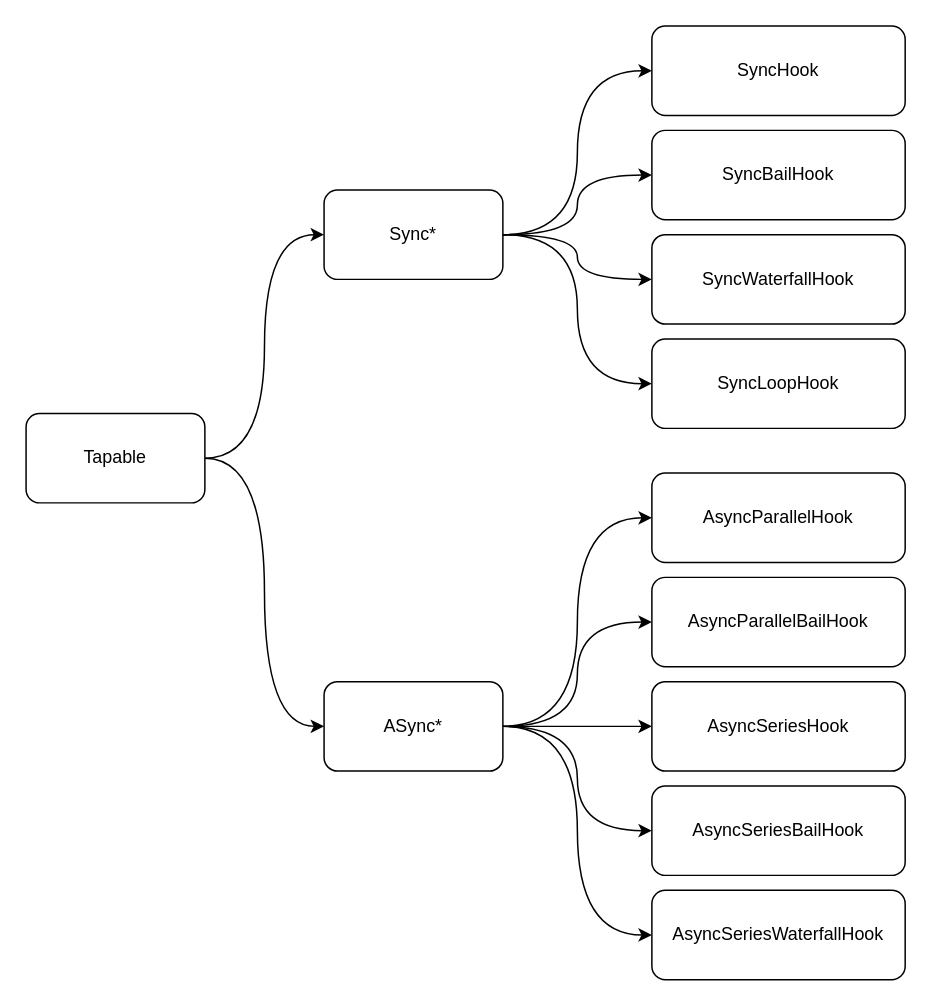
Above: images/tapable hook type.drawio in Zenser/diagrams (draw.io), before the change. Source tidied: cells renumbered, new cells numbered last; positions are measured from the earlier drawing's top-left corner, leaving out a move shared by most shapes. Both pictures are drawn from the tidied source at 149%, with x=0, y=0 at pixel (25, 25).
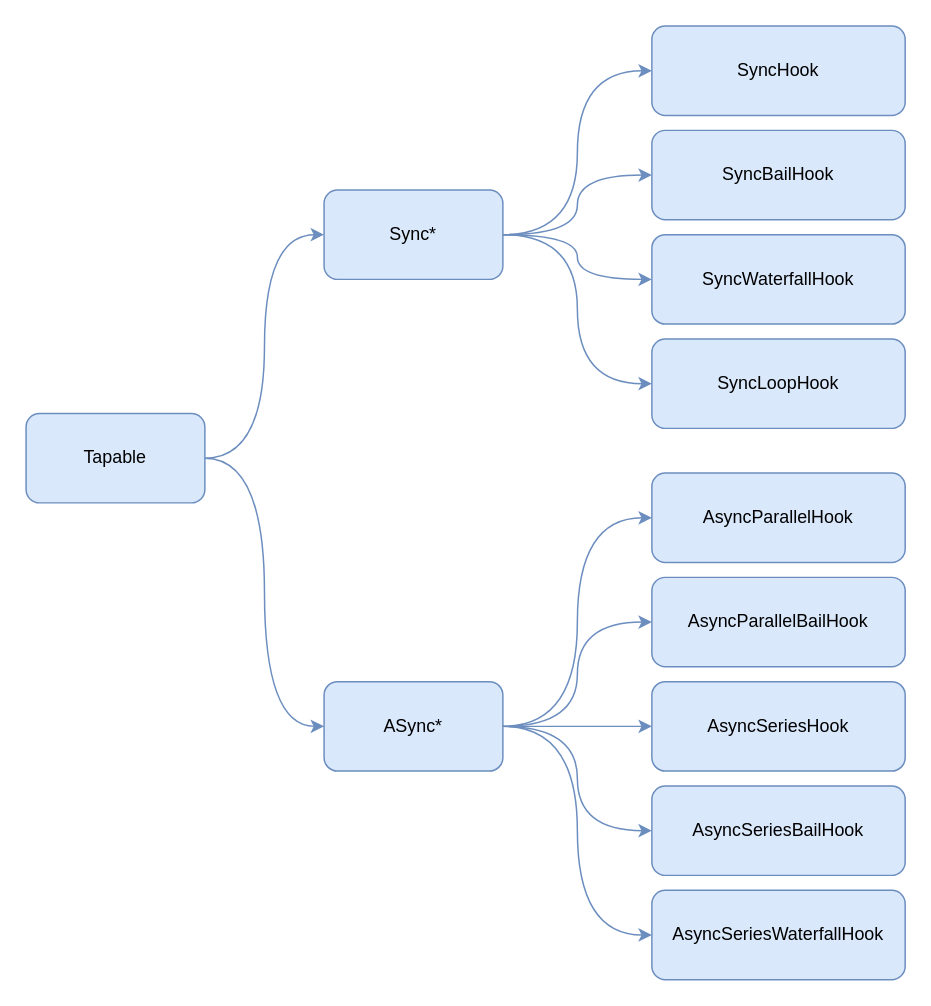
Above is the later version.

What changed in the source:
```diff
@@
-    <mxCell id="2" style="edgeStyle=orthogonalEdgeStyle;rounded=0;jettySize=auto;html=1;exitX=1;exitY=0.5;exitDx=0;exitDy=0;entryX=0;entryY=0.5;entryDx=0;entryDy=0;curved=1;" parent="1" edge="1" source="4" target="9">
+    <mxCell id="2" style="edgeStyle=orthogonalEdgeStyle;rounded=0;jettySize=auto;html=1;exitX=1;exitY=0.5;exitDx=0;exitDy=0;entryX=0;entryY=0.5;entryDx=0;entryDy=0;curved=1;fillColor=#dae8fc;strokeColor=#6c8ebf;" parent="1" edge="1" source="4" target="9">
       <mxGeometry relative="1" as="geometry" />
     </mxCell>
-    <mxCell id="3" style="edgeStyle=orthogonalEdgeStyle;rounded=0;jettySize=auto;html=1;exitX=1;exitY=0.5;exitDx=0;exitDy=0;entryX=0;entryY=0.5;entryDx=0;entryDy=0;curved=1;" parent="1" edge="1" source="4" target="15">
+    <mxCell id="3" style="edgeStyle=orthogonalEdgeStyle;rounded=0;jettySize=auto;html=1;exitX=1;exitY=0.5;exitDx=0;exitDy=0;entryX=0;entryY=0.5;entryDx=0;entryDy=0;curved=1;fillColor=#dae8fc;strokeColor=#6c8ebf;" parent="1" edge="1" source="4" target="15">
       <mxGeometry relative="1" as="geometry" />
     </mxCell>
-    <mxCell id="4" value="Tapable" style="rounded=1;whiteSpace=wrap;html=1;" parent="1" vertex="1">
+    <mxCell id="4" value="Tapable" style="rounded=1;whiteSpace=wrap;html=1;fillColor=#dae8fc;strokeColor=#6c8ebf;" parent="1" vertex="1">
       <mxGeometry y="260" width="120" height="60" as="geometry" />
     </mxCell>
-    <mxCell id="5" style="edgeStyle=orthogonalEdgeStyle;rounded=0;jettySize=auto;html=1;exitX=1;exitY=0.5;exitDx=0;exitDy=0;entryX=0;entryY=0.5;entryDx=0;entryDy=0;elbow=vertical;curved=1;" parent="1" edge="1" source="9" target="16">
+    <mxCell id="5" style="edgeStyle=orthogonalEdgeStyle;rounded=0;jettySize=auto;html=1;exitX=1;exitY=0.5;exitDx=0;exitDy=0;entryX=0;entryY=0.5;entryDx=0;entryDy=0;elbow=vertical;curved=1;fillColor=#dae8fc;strokeColor=#6c8ebf;" parent="1" edge="1" source="9" target="16">
       <mxGeometry relative="1" as="geometry" />
     </mxCell>
-    <mxCell id="6" style="edgeStyle=orthogonalEdgeStyle;rounded=0;jettySize=auto;html=1;exitX=1;exitY=0.5;exitDx=0;exitDy=0;entryX=0;entryY=0.5;entryDx=0;entryDy=0;curved=1;" parent="1" edge="1" source="9" target="17">
+    <mxCell id="6" style="edgeStyle=orthogonalEdgeStyle;rounded=0;jettySize=auto;html=1;exitX=1;exitY=0.5;exitDx=0;exitDy=0;entryX=0;entryY=0.5;entryDx=0;entryDy=0;curved=1;fillColor=#dae8fc;strokeColor=#6c8ebf;" parent="1" edge="1" source="9" target="17">
       <mxGeometry relative="1" as="geometry" />
     </mxCell>
-    <mxCell id="7" style="edgeStyle=orthogonalEdgeStyle;rounded=0;jettySize=auto;html=1;exitX=1;exitY=0.5;exitDx=0;exitDy=0;entryX=0;entryY=0.5;entryDx=0;entryDy=0;curved=1;" parent="1" edge="1" source="9" target="18">
+    <mxCell id="7" style="edgeStyle=orthogonalEdgeStyle;rounded=0;jettySize=auto;html=1;exitX=1;exitY=0.5;exitDx=0;exitDy=0;entryX=0;entryY=0.5;entryDx=0;entryDy=0;curved=1;fillColor=#dae8fc;strokeColor=#6c8ebf;" parent="1" edge="1" source="9" target="18">
       <mxGeometry relative="1" as="geometry" />
     </mxCell>
-    <mxCell id="8" style="edgeStyle=orthogonalEdgeStyle;rounded=0;jettySize=auto;html=1;exitX=1;exitY=0.5;exitDx=0;exitDy=0;entryX=0;entryY=0.5;entryDx=0;entryDy=0;curved=1;" parent="1" edge="1" source="9" target="19">
+    <mxCell id="8" style="edgeStyle=orthogonalEdgeStyle;rounded=0;jettySize=auto;html=1;exitX=1;exitY=0.5;exitDx=0;exitDy=0;entryX=0;entryY=0.5;entryDx=0;entryDy=0;curved=1;fillColor=#dae8fc;strokeColor=#6c8ebf;" parent="1" edge="1" source="9" target="19">
       <mxGeometry relative="1" as="geometry" />
     </mxCell>
-    <mxCell id="9" value="Sync*" style="rounded=1;whiteSpace=wrap;html=1;" parent="1" vertex="1">
+    <mxCell id="9" value="Sync*" style="rounded=1;whiteSpace=wrap;html=1;fillColor=#dae8fc;strokeColor=#6c8ebf;" parent="1" vertex="1">
       <mxGeometry x="200" y="110" width="120" height="60" as="geometry" />
     </mxCell>
-    <mxCell id="10" style="edgeStyle=orthogonalEdgeStyle;rounded=0;jettySize=auto;html=1;exitX=1;exitY=0.5;exitDx=0;exitDy=0;entryX=0;entryY=0.5;entryDx=0;entryDy=0;curved=1;" parent="1" edge="1" source="15" target="20">
+    <mxCell id="10" style="edgeStyle=orthogonalEdgeStyle;rounded=0;jettySize=auto;html=1;exitX=1;exitY=0.5;exitDx=0;exitDy=0;entryX=0;entryY=0.5;entryDx=0;entryDy=0;curved=1;fillColor=#dae8fc;strokeColor=#6c8ebf;" parent="1" edge="1" source="15" target="20">
       <mxGeometry relative="1" as="geometry" />
     </mxCell>
-    <mxCell id="11" style="edgeStyle=orthogonalEdgeStyle;rounded=0;jettySize=auto;html=1;exitX=1;exitY=0.5;exitDx=0;exitDy=0;entryX=0;entryY=0.5;entryDx=0;entryDy=0;curved=1;" parent="1" edge="1" source="15" target="21">
+    <mxCell id="11" style="edgeStyle=orthogonalEdgeStyle;rounded=0;jettySize=auto;html=1;exitX=1;exitY=0.5;exitDx=0;exitDy=0;entryX=0;entryY=0.5;entryDx=0;entryDy=0;curved=1;fillColor=#dae8fc;strokeColor=#6c8ebf;" parent="1" edge="1" source="15" target="21">
       <mxGeometry relative="1" as="geometry" />
     </mxCell>
-    <mxCell id="12" style="edgeStyle=orthogonalEdgeStyle;rounded=0;jettySize=auto;html=1;exitX=1;exitY=0.5;exitDx=0;exitDy=0;entryX=0;entryY=0.5;entryDx=0;entryDy=0;curved=1;" parent="1" edge="1" source="15" target="22">
+    <mxCell id="12" style="edgeStyle=orthogonalEdgeStyle;rounded=0;jettySize=auto;html=1;exitX=1;exitY=0.5;exitDx=0;exitDy=0;entryX=0;entryY=0.5;entryDx=0;entryDy=0;curved=1;fillColor=#dae8fc;strokeColor=#6c8ebf;" parent="1" edge="1" source="15" target="22">
       <mxGeometry relative="1" as="geometry" />
     </mxCell>
-    <mxCell id="13" style="edgeStyle=orthogonalEdgeStyle;rounded=0;jettySize=auto;html=1;exitX=1;exitY=0.5;exitDx=0;exitDy=0;entryX=0;entryY=0.5;entryDx=0;entryDy=0;curved=1;" parent="1" edge="1" source="15" target="23">
+    <mxCell id="13" style="edgeStyle=orthogonalEdgeStyle;rounded=0;jettySize=auto;html=1;exitX=1;exitY=0.5;exitDx=0;exitDy=0;entryX=0;entryY=0.5;entryDx=0;entryDy=0;curved=1;fillColor=#dae8fc;strokeColor=#6c8ebf;" parent="1" edge="1" source="15" target="23">
       <mxGeometry relative="1" as="geometry" />
     </mxCell>
-    <mxCell id="14" style="edgeStyle=orthogonalEdgeStyle;rounded=0;jettySize=auto;html=1;exitX=1;exitY=0.5;exitDx=0;exitDy=0;entryX=0;entryY=0.5;entryDx=0;entryDy=0;curved=1;" parent="1" edge="1" source="15" target="24">
+    <mxCell id="14" style="edgeStyle=orthogonalEdgeStyle;rounded=0;jettySize=auto;html=1;exitX=1;exitY=0.5;exitDx=0;exitDy=0;entryX=0;entryY=0.5;entryDx=0;entryDy=0;curved=1;fillColor=#dae8fc;strokeColor=#6c8ebf;" parent="1" edge="1" source="15" target="24">
       <mxGeometry relative="1" as="geometry" />
     </mxCell>
-    <mxCell id="15" value="ASync*" style="rounded=1;whiteSpace=wrap;html=1;" parent="1" vertex="1">
+    <mxCell id="15" value="ASync*" style="rounded=1;whiteSpace=wrap;html=1;fillColor=#dae8fc;strokeColor=#6c8ebf;" parent="1" vertex="1">
       <mxGeometry x="200" y="440" width="120" height="60" as="geometry" />
     </mxCell>
-    <mxCell id="16" value="&lt;div&gt;SyncHook&lt;/div&gt;" style="rounded=1;whiteSpace=wrap;html=1;" parent="1" vertex="1">
+    <mxCell id="16" value="&lt;div&gt;SyncHook&lt;/div&gt;" style="rounded=1;whiteSpace=wrap;html=1;fillColor=#dae8fc;strokeColor=#6c8ebf;" parent="1" vertex="1">
       <mxGeometry x="420" width="170" height="60" as="geometry" />
     </mxCell>
-    <mxCell id="17" value="SyncBailHook" style="rounded=1;whiteSpace=wrap;html=1;" parent="1" vertex="1">
+    <mxCell id="17" value="SyncBailHook" style="rounded=1;whiteSpace=wrap;html=1;fillColor=#dae8fc;strokeColor=#6c8ebf;" parent="1" vertex="1">
       <mxGeometry x="420" y="70" width="170" height="60" as="geometry" />
     </mxCell>
-    <mxCell id="18" value="SyncWaterfallHook" style="rounded=1;whiteSpace=wrap;html=1;" parent="1" vertex="1">
+    <mxCell id="18" value="SyncWaterfallHook" style="rounded=1;whiteSpace=wrap;html=1;fillColor=#dae8fc;strokeColor=#6c8ebf;" parent="1" vertex="1">
       <mxGeometry x="420" y="140" width="170" height="60" as="geometry" />
     </mxCell>
-    <mxCell id="19" value="SyncLoopHook" style="rounded=1;whiteSpace=wrap;html=1;" parent="1" vertex="1">
+    <mxCell id="19" value="SyncLoopHook" style="rounded=1;whiteSpace=wrap;html=1;fillColor=#dae8fc;strokeColor=#6c8ebf;" parent="1" vertex="1">
       <mxGeometry x="420" y="210" width="170" height="60" as="geometry" />
     </mxCell>
-    <mxCell id="20" value="&lt;div style=&quot;border-color: var(--border-color);&quot;&gt;AsyncParallelHook&lt;/div&gt;" style="rounded=1;whiteSpace=wrap;html=1;" parent="1" vertex="1">
+    <mxCell id="20" value="&lt;div style=&quot;border-color: var(--border-color);&quot;&gt;AsyncParallelHook&lt;/div&gt;" style="rounded=1;whiteSpace=wrap;html=1;fillColor=#dae8fc;strokeColor=#6c8ebf;" parent="1" vertex="1">
       <mxGeometry x="420" y="300" width="170" height="60" as="geometry" />
     </mxCell>
-    <mxCell id="21" value="&lt;div style=&quot;border-color: var(--border-color);&quot;&gt;&lt;span style=&quot;background-color: initial;&quot;&gt;AsyncParallelBailHook&lt;/span&gt;&lt;br&gt;&lt;/div&gt;" style="rounded=1;whiteSpace=wrap;html=1;" parent="1" vertex="1">
+    <mxCell id="21" value="&lt;div style=&quot;border-color: var(--border-color);&quot;&gt;&lt;span style=&quot;background-color: initial;&quot;&gt;AsyncParallelBailHook&lt;/span&gt;&lt;br&gt;&lt;/div&gt;" style="rounded=1;whiteSpace=wrap;html=1;fillColor=#dae8fc;strokeColor=#6c8ebf;" parent="1" vertex="1">
       <mxGeometry x="420" y="370" width="170" height="60" as="geometry" />
     </mxCell>
-    <mxCell id="22" value="&lt;div style=&quot;border-color: var(--border-color);&quot;&gt;&lt;span style=&quot;background-color: initial;&quot;&gt;AsyncSeriesHook&lt;/span&gt;&lt;/div&gt;" style="rounded=1;whiteSpace=wrap;html=1;" parent="1" vertex="1">
+    <mxCell id="22" value="&lt;div style=&quot;border-color: var(--border-color);&quot;&gt;&lt;span style=&quot;background-color: initial;&quot;&gt;AsyncSeriesHook&lt;/span&gt;&lt;/div&gt;" style="rounded=1;whiteSpace=wrap;html=1;fillColor=#dae8fc;strokeColor=#6c8ebf;" parent="1" vertex="1">
       <mxGeometry x="420" y="440" width="170" height="60" as="geometry" />
     </mxCell>
-    <mxCell id="23" value="&lt;div style=&quot;border-color: var(--border-color);&quot;&gt;AsyncSeriesBailHook&lt;/div&gt;" style="rounded=1;whiteSpace=wrap;html=1;" parent="1" vertex="1">
+    <mxCell id="23" value="&lt;div style=&quot;border-color: var(--border-color);&quot;&gt;AsyncSeriesBailHook&lt;/div&gt;" style="rounded=1;whiteSpace=wrap;html=1;fillColor=#dae8fc;strokeColor=#6c8ebf;" parent="1" vertex="1">
       <mxGeometry x="420" y="510" width="170" height="60" as="geometry" />
     </mxCell>
-    <mxCell id="24" value="AsyncSeriesWaterfallHook" style="rounded=1;whiteSpace=wrap;html=1;" parent="1" vertex="1">
+    <mxCell id="24" value="AsyncSeriesWaterfallHook" style="rounded=1;whiteSpace=wrap;html=1;fillColor=#dae8fc;strokeColor=#6c8ebf;" parent="1" vertex="1">
       <mxGeometry x="420" y="580" width="170" height="60" as="geometry" />
     </mxCell>
```
